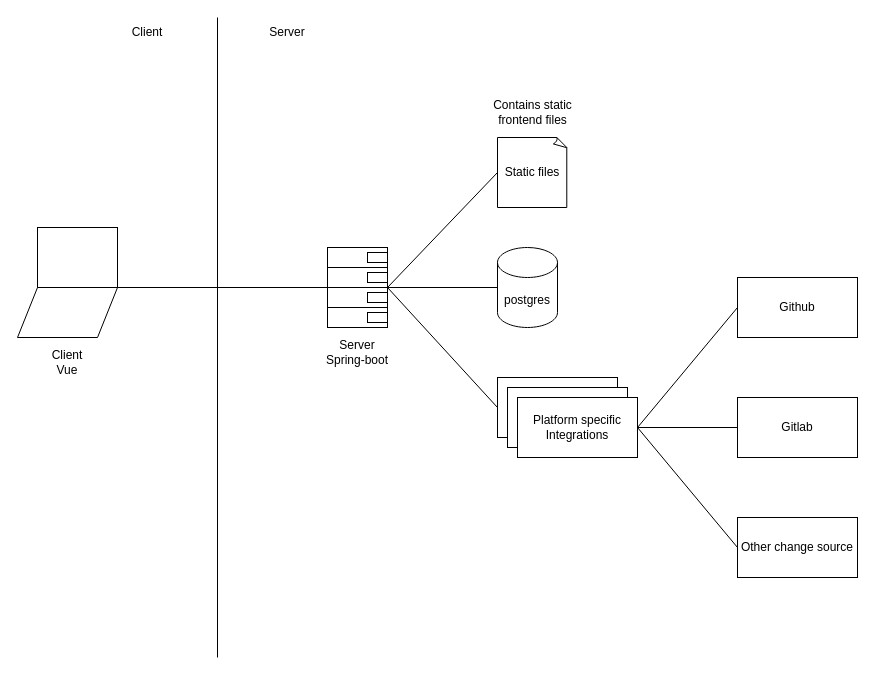
Above: System Diagram/System Diagram.drawio in NTNU-IDATA2901-Group-2/NTNU-IDATA2901-Admin (draw.io), before the change. Source tidied: cells renumbered, new cells numbered last; positions are measured from the earlier drawing's top-left corner, leaving out a move shared by most shapes. Both pictures are drawn from the tidied source at 100%, with x=0, y=0 at pixel (17, 17).
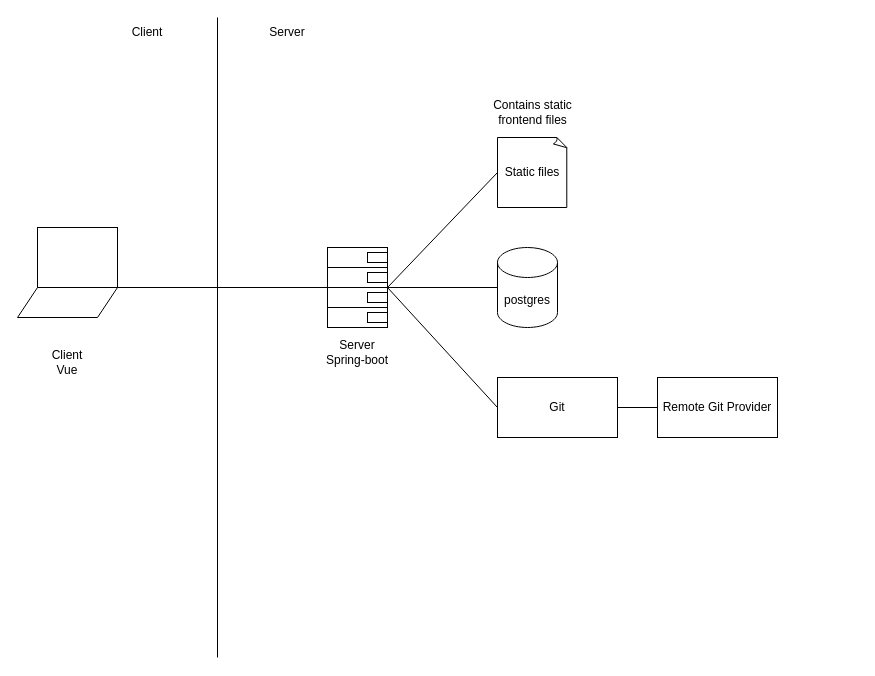
After the change.

Commit message (it also covers changes not shown here):
Update system diagram

Diff of the diagram source:
```diff
@@
-    <mxCell id="6" style="rounded=0;whiteSpace=wrap;html=1;" parent="1" vertex="1">
+    <mxCell id="6" value="Git" style="rounded=0;whiteSpace=wrap;html=1;" parent="1" vertex="1">
       <mxGeometry x="480" y="360" width="120" height="60" as="geometry" />
     </mxCell>
@@
-    <mxCell id="8" style="rounded=0;whiteSpace=wrap;html=1;" parent="1" vertex="1">
-      <mxGeometry x="490" y="370" width="120" height="60" as="geometry" />
-    </mxCell>
-    <mxCell id="9" value="Platform specific Integrations" style="rounded=0;whiteSpace=wrap;html=1;" parent="1" vertex="1">
-      <mxGeometry x="500" y="380" width="120" height="60" as="geometry" />
-    </mxCell>
-    <mxCell id="10" value="Github" style="rounded=0;whiteSpace=wrap;html=1;" parent="1" vertex="1">
-      <mxGeometry x="720" y="260" width="120" height="60" as="geometry" />
-    </mxCell>
-    <mxCell id="11" style="endArrow=none;html=1;rounded=0;exitX=1;exitY=0.5;exitDx=0;exitDy=0;entryX=0;entryY=0.5;entryDx=0;entryDy=0;" parent="1" edge="1" source="9" target="10">
-      <mxGeometry relative="1" as="geometry" />
-    </mxCell>
-    <mxCell id="12" value="Gitlab" style="rounded=0;whiteSpace=wrap;html=1;" parent="1" vertex="1">
-      <mxGeometry x="720" y="380" width="120" height="60" as="geometry" />
-    </mxCell>
-    <mxCell id="13" style="endArrow=none;html=1;rounded=0;exitX=1;exitY=0.5;exitDx=0;exitDy=0;entryX=0;entryY=0.5;entryDx=0;entryDy=0;" parent="1" edge="1" source="9" target="12">
-      <mxGeometry relative="1" as="geometry" />
-    </mxCell>
-    <mxCell id="14" value="Other change source" style="rounded=0;whiteSpace=wrap;html=1;" parent="1" vertex="1">
-      <mxGeometry x="720" y="500" width="120" height="60" as="geometry" />
-    </mxCell>
-    <mxCell id="15" style="endArrow=none;html=1;rounded=0;exitX=1;exitY=0.5;exitDx=0;exitDy=0;entryX=0;entryY=0.5;entryDx=0;entryDy=0;" parent="1" edge="1" source="9" target="14">
-      <mxGeometry relative="1" as="geometry" />
-    </mxCell>
@@
     <mxCell id="20" style="shape=parallelogram;perimeter=parallelogramPerimeter;whiteSpace=wrap;html=1;fixedSize=1;" parent="1" vertex="1">
-      <mxGeometry y="270" width="100" height="50" as="geometry" />
+      <mxGeometry y="270" width="100" height="30" as="geometry" />
     </mxCell>
@@
+    <mxCell id="34" value="Remote Git Provider" style="rounded=0;whiteSpace=wrap;html=1;" parent="1" vertex="1">
+      <mxGeometry x="640" y="360" width="120" height="60" as="geometry" />
+    </mxCell>
+    <mxCell id="35" style="endArrow=none;html=1;rounded=0;exitX=1;exitY=0.5;exitDx=0;exitDy=0;entryX=0;entryY=0.5;entryDx=0;entryDy=0;" parent="1" edge="1" source="6" target="34">
+      <mxGeometry relative="1" as="geometry" />
+    </mxCell>
```
